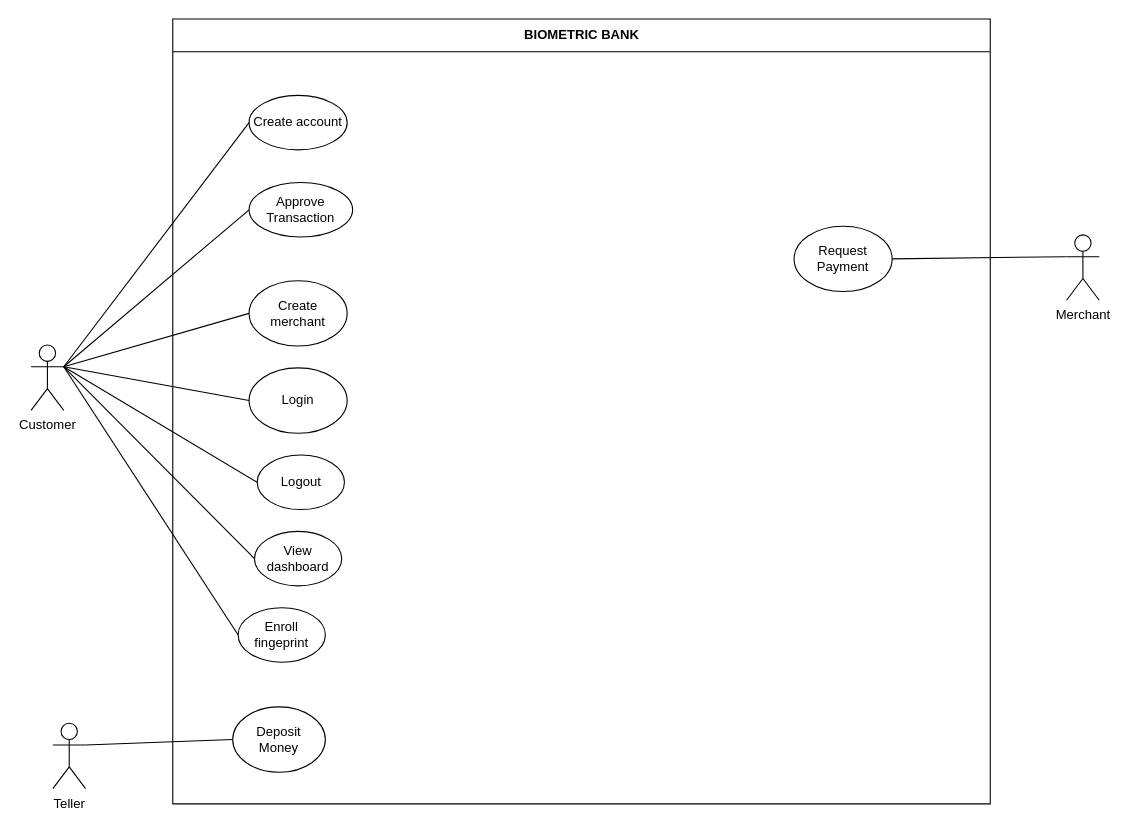
Earlier version of the draw.io diagram page "Use case" (1 of 2) of design/design.drawio (XavierTM/biobank). Source tidied: cells renumbered, new cells numbered last; positions are measured from the earlier drawing's top-left corner, leaving out a move shared by most shapes. Both pictures are drawn from the tidied source at 109%, with x=0, y=0 at pixel (31, 19).
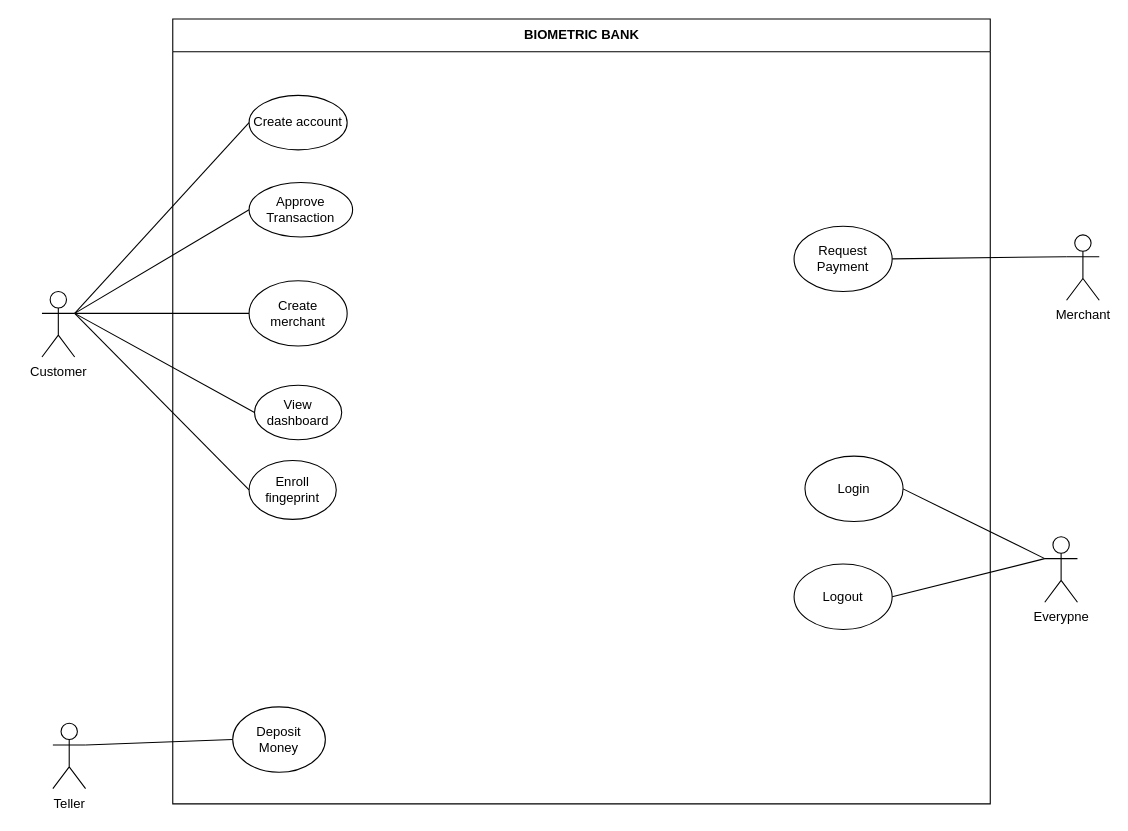
Above is the later version.

The change refers to these unchanged cells:
```xml
<mxCell id="2" value="BIOMETRIC BANK" style="swimlane;fontStyle=1;align=center;horizontal=1;startSize=30;html=1;" parent="1" vertex="1">
  <mxGeometry x="130" width="750" height="720" as="geometry" />
</mxCell>
```

Diff of the diagram source:
```diff
@@
     <mxCell id="8" value="Login" style="ellipse;whiteSpace=wrap;html=1;" parent="2" vertex="1">
-      <mxGeometry x="70" y="320" width="90" height="60" as="geometry" />
+      <mxGeometry x="580" y="401" width="90" height="60" as="geometry" />
     </mxCell>
     <mxCell id="9" value="View dashboard" style="ellipse;whiteSpace=wrap;html=1;" parent="2" vertex="1">
-      <mxGeometry x="75" y="470" width="80" height="50" as="geometry" />
+      <mxGeometry x="75" y="336" width="80" height="50" as="geometry" />
     </mxCell>
+    <mxCell id="11" value="Enroll fingeprint" style="ellipse;whiteSpace=wrap;html=1;" parent="2" vertex="1">
+      <mxGeometry x="70" y="405" width="80" height="54" as="geometry" />
+    </mxCell>
     <mxCell id="10" value="Logout" style="ellipse;whiteSpace=wrap;html=1;" parent="2" vertex="1">
-      <mxGeometry x="77.5" y="400" width="80" height="50" as="geometry" />
+      <mxGeometry x="570" y="500" width="90" height="60" as="geometry" />
     </mxCell>
-    <mxCell id="11" value="Enroll fingeprint" style="ellipse;whiteSpace=wrap;html=1;" parent="2" vertex="1">
-      <mxGeometry x="60" y="540" width="80" height="50" as="geometry" />
-    </mxCell>
     <mxCell id="12" value="Customer" style="shape=umlActor;verticalLabelPosition=bottom;verticalAlign=top;html=1;outlineConnect=0;" parent="1" vertex="1">
-      <mxGeometry y="299" width="30" height="60" as="geometry" />
+      <mxGeometry x="10" y="250" width="30" height="60" as="geometry" />
     </mxCell>
@@
-    <mxCell id="20" style="edgeStyle=none;html=1;endArrow=none;verticalAlign=bottom;rounded=0;entryX=0;entryY=0.5;entryDx=0;entryDy=0;exitX=1;exitY=0.3333333333333333;exitDx=0;exitDy=0;exitPerimeter=0;" parent="1" edge="1" source="12" target="8">
-      <mxGeometry relative="1" as="geometry" />
-    </mxCell>
@@
-    <mxCell id="22" style="edgeStyle=none;html=1;endArrow=none;verticalAlign=bottom;rounded=0;entryX=0;entryY=0.5;entryDx=0;entryDy=0;exitX=1;exitY=0.3333333333333333;exitDx=0;exitDy=0;exitPerimeter=0;" parent="1" edge="1" source="12" target="10">
-      <mxGeometry relative="1" as="geometry" />
-    </mxCell>
@@
+    <mxCell id="24" value="Everypne" style="shape=umlActor;verticalLabelPosition=bottom;verticalAlign=top;html=1;outlineConnect=0;" parent="1" vertex="1">
+      <mxGeometry x="930" y="475" width="30" height="60" as="geometry" />
+    </mxCell>
+    <mxCell id="25" style="edgeStyle=none;html=1;endArrow=none;verticalAlign=bottom;rounded=0;entryX=0;entryY=0.3333333333333333;entryDx=0;entryDy=0;exitX=1;exitY=0.5;exitDx=0;exitDy=0;entryPerimeter=0;" parent="1" edge="1" source="8" target="24">
+      <mxGeometry relative="1" as="geometry" />
+    </mxCell>
+    <mxCell id="26" style="edgeStyle=none;html=1;endArrow=none;verticalAlign=bottom;rounded=0;entryX=0;entryY=0.3333333333333333;entryDx=0;entryDy=0;exitX=1;exitY=0.5;exitDx=0;exitDy=0;entryPerimeter=0;" parent="1" edge="1" source="10" target="24">
+      <mxGeometry relative="1" as="geometry" />
+    </mxCell>
```
